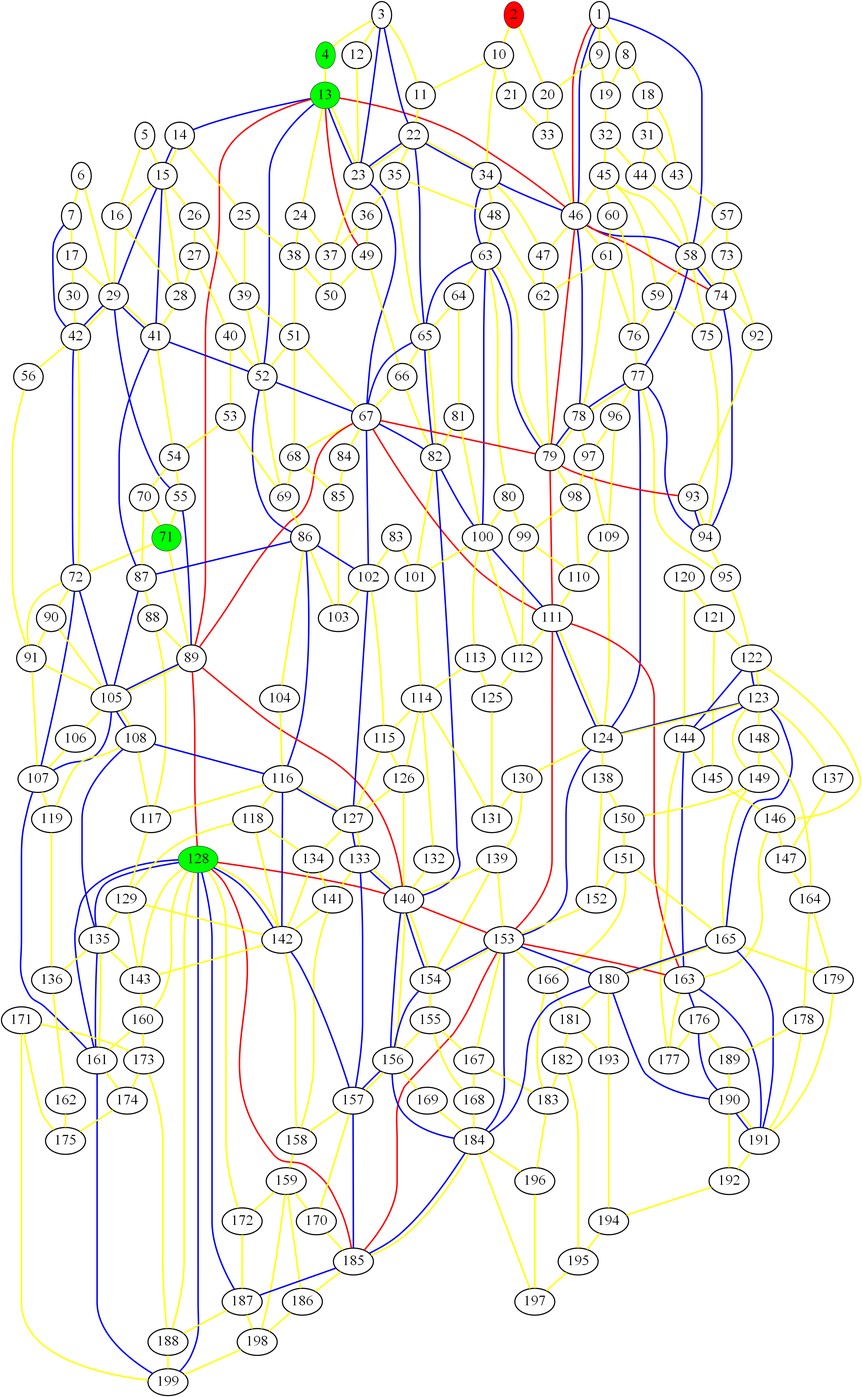
Earlier version of the Graphviz export graph_8.png (ed-churchill/complex-systems-project). Its source is kept beside it as graph_8.gv.
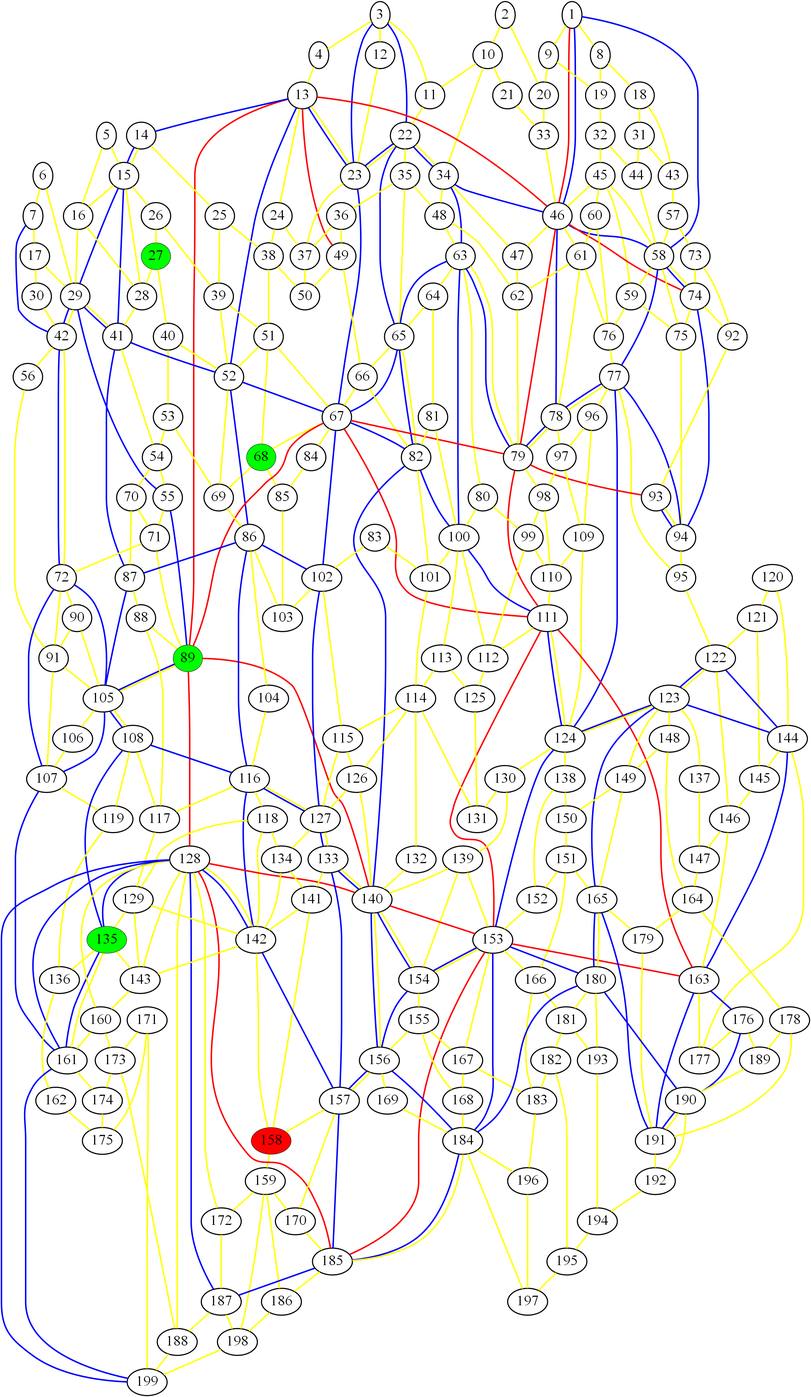
Above is the later version.

The edit, as a diff of the source:
```diff
@@ -1,11 +1,13 @@
 graph london_graph {
-2 [fillcolor=red, fontsize=40, pendwidth=3, style=filled];
-71 [fillcolor=green, fontsize=40, pendwidth=3, style=filled];
-4 [fillcolor=green, fontsize=40, pendwidth=3, style=filled];
-128 [fillcolor=green, fontsize=40, pendwidth=3, style=filled];
-13 [fillcolor=green, fontsize=40, pendwidth=3, style=filled];
+158 [fillcolor=red, fontsize=40, pendwidth=3, style=filled];
+135 [fillcolor=green, fontsize=40, pendwidth=3, style=filled];
+27 [fillcolor=green, fontsize=40, pendwidth=3, style=filled];
+68 [fillcolor=green, fontsize=40, pendwidth=3, style=filled];
+89 [fillcolor=green, fontsize=40, pendwidth=3, style=filled];
 1 [fontsize=40, penwidth=3];
+2 [fontsize=40, penwidth=3];
 3 [fontsize=40, penwidth=3];
+4 [fontsize=40, penwidth=3];
 5 [fontsize=40, penwidth=3];
 6 [fontsize=40, penwidth=3];
 7 [fontsize=40, penwidth=3];
@@ -14,6 +16,7 @@
 10 [fontsize=40, penwidth=3];
 11 [fontsize=40, penwidth=3];
 12 [fontsize=40, penwidth=3];
+13 [fontsize=40, penwidth=3];
 14 [fontsize=40, penwidth=3];
 15 [fontsize=40, penwidth=3];
 16 [fontsize=40, penwidth=3];
@@ -27,7 +30,6 @@
 24 [fontsize=40, penwidth=3];
 25 [fontsize=40, penwidth=3];
 26 [fontsize=40, penwidth=3];
-27 [fontsize=40, penwidth=3];
 28 [fontsize=40, penwidth=3];
 29 [fontsize=40, penwidth=3];
 30 [fontsize=40, penwidth=3];
@@ -68,9 +70,9 @@
 65 [fontsize=40, penwidth=3];
 66 [fontsize=40, penwidth=3];
 67 [fontsize=40, penwidth=3];
-68 [fontsize=40, penwidth=3];
 69 [fontsize=40, penwidth=3];
 70 [fontsize=40, penwidth=3];
+71 [fontsize=40, penwidth=3];
 72 [fontsize=40, penwidth=3];
 73 [fontsize=40, penwidth=3];
 74 [fontsize=40, penwidth=3];
@@ -88,7 +90,6 @@
 86 [fontsize=40, penwidth=3];
 87 [fontsize=40, penwidth=3];
 88 [fontsize=40, penwidth=3];
-89 [fontsize=40, penwidth=3];
 90 [fontsize=40, penwidth=3];
 91 [fontsize=40, penwidth=3];
 92 [fontsize=40, penwidth=3];
@@ -127,13 +128,13 @@
 125 [fontsize=40, penwidth=3];
 126 [fontsize=40, penwidth=3];
 127 [fontsize=40, penwidth=3];
+128 [fontsize=40, penwidth=3];
 129 [fontsize=40, penwidth=3];
 130 [fontsize=40, penwidth=3];
 131 [fontsize=40, penwidth=3];
 132 [fontsize=40, penwidth=3];
 133 [fontsize=40, penwidth=3];
 134 [fontsize=40, penwidth=3];
-135 [fontsize=40, penwidth=3];
 136 [fontsize=40, penwidth=3];
 137 [fontsize=40, penwidth=3];
 138 [fontsize=40, penwidth=3];
@@ -156,7 +157,6 @@
 155 [fontsize=40, penwidth=3];
 156 [fontsize=40, penwidth=3];
 157 [fontsize=40, penwidth=3];
-158 [fontsize=40, penwidth=3];
 159 [fontsize=40, penwidth=3];
 160 [fontsize=40, penwidth=3];
 161 [fontsize=40, penwidth=3];
```
